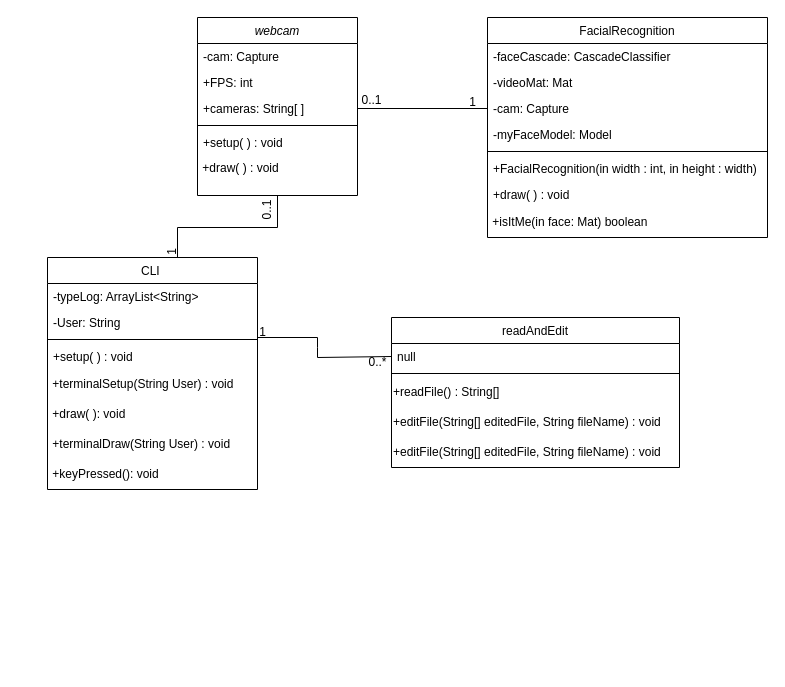
This is UML.drawio from Memin124/final_project, a draw.io file, before an edit. Source tidied: cells renumbered, new cells numbered last; positions are measured from the earlier drawing's top-left corner, leaving out a move shared by most shapes. Both pictures are drawn from the tidied source at 100%, with x=0, y=0 at pixel (47, 17).
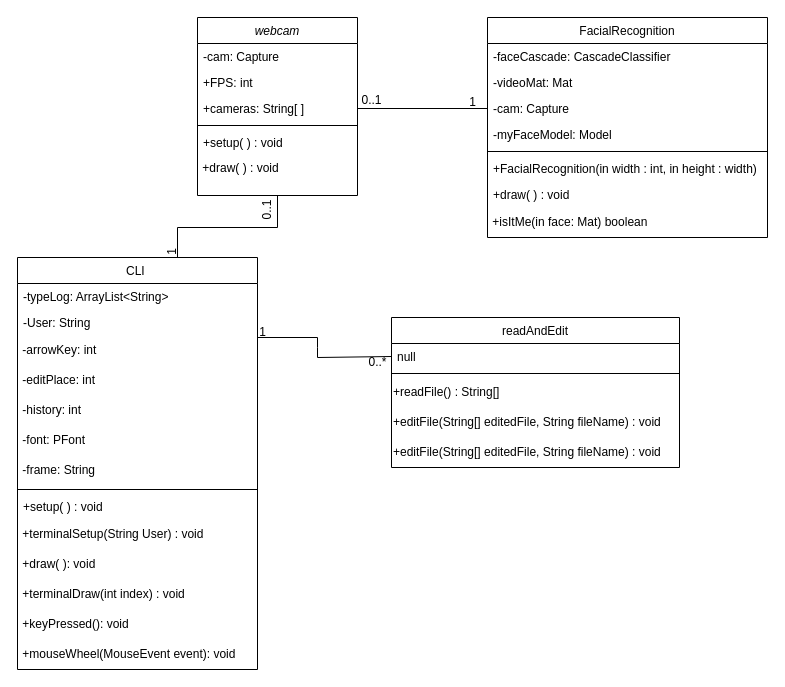
After the change.

What changed in the source:
```diff
@@
     <mxCell id="9" value="CLI " style="swimlane;fontStyle=0;align=center;verticalAlign=top;horizontal=1;startSize=26;rounded=0;shadow=0;strokeWidth=1;" parent="1" vertex="1">
-      <mxGeometry y="240" width="210" height="232" as="geometry" />
+      <mxGeometry x="-30" y="240" width="240" height="412" as="geometry" />
     </mxCell>
     <mxCell id="10" value="-typeLog: ArrayList&lt;String&gt;" style="text;align=left;verticalAlign=top;spacingLeft=4;spacingRight=4;overflow=hidden;" parent="9" vertex="1">
-      <mxGeometry y="26" width="210" height="26" as="geometry" />
+      <mxGeometry y="26" width="240" height="26" as="geometry" />
     </mxCell>
     <mxCell id="11" value="-User: String" style="text;align=left;verticalAlign=top;spacingLeft=4;spacingRight=4;overflow=hidden;rounded=0;shadow=0;html=0;" parent="9" vertex="1">
-      <mxGeometry y="52" width="210" height="26" as="geometry" />
+      <mxGeometry y="52" width="240" height="26" as="geometry" />
     </mxCell>
+    <mxCell id="42" value="&amp;nbsp;-arrowKey: int" style="text;html=1;align=left;verticalAlign=middle;strokeColor=none;fillColor=none;" parent="9" vertex="1">
+      <mxGeometry y="78" width="240" height="30" as="geometry" />
+    </mxCell>
+    <mxCell id="43" value="&amp;nbsp;-editPlace: int" style="text;html=1;align=left;verticalAlign=middle;strokeColor=none;fillColor=none;" parent="9" vertex="1">
+      <mxGeometry y="108" width="240" height="30" as="geometry" />
+    </mxCell>
+    <mxCell id="17" value="&amp;nbsp;-history: int" style="text;html=1;align=left;verticalAlign=middle;strokeColor=none;fillColor=none;" parent="9" vertex="1">
+      <mxGeometry y="138" width="240" height="30" as="geometry" />
+    </mxCell>
+    <mxCell id="44" value="&amp;nbsp;-font: PFont" style="text;html=1;align=left;verticalAlign=middle;strokeColor=none;fillColor=none;" parent="9" vertex="1">
+      <mxGeometry y="168" width="240" height="30" as="geometry" />
+    </mxCell>
+    <mxCell id="45" value="&amp;nbsp;-frame: String" style="text;html=1;align=left;verticalAlign=middle;strokeColor=none;fillColor=none;" parent="9" vertex="1">
+      <mxGeometry y="198" width="240" height="30" as="geometry" />
+    </mxCell>
     <mxCell id="12" style="line;html=1;strokeWidth=1;align=left;verticalAlign=middle;spacingTop=-1;spacingLeft=3;spacingRight=3;labelPosition=right;" parent="9" vertex="1">
-      <mxGeometry y="78" width="210" height="8" as="geometry" />
+      <mxGeometry y="228" width="240" height="8" as="geometry" />
     </mxCell>
     <mxCell id="13" value="+setup( ) : void&#10;" style="text;align=left;verticalAlign=top;spacingLeft=4;spacingRight=4;overflow=hidden;" parent="9" vertex="1">
-      <mxGeometry y="86" width="210" height="26" as="geometry" />
+      <mxGeometry y="236" width="240" height="26" as="geometry" />
     </mxCell>
     <mxCell id="14" value="&amp;nbsp;+terminalSetup(String User) : void" style="text;html=1;align=left;verticalAlign=middle;strokeColor=none;fillColor=none;" parent="9" vertex="1">
-      <mxGeometry y="112" width="210" height="30" as="geometry" />
+      <mxGeometry y="262" width="240" height="30" as="geometry" />
     </mxCell>
     <mxCell id="15" value="&amp;nbsp;+draw( ): void" style="text;html=1;align=left;verticalAlign=middle;strokeColor=none;fillColor=none;" parent="9" vertex="1">
-      <mxGeometry y="142" width="210" height="30" as="geometry" />
+      <mxGeometry y="292" width="240" height="30" as="geometry" />
     </mxCell>
-    <mxCell id="16" value="&amp;nbsp;+terminalDraw(String User) : void" style="text;html=1;align=left;verticalAlign=middle;strokeColor=none;fillColor=none;" parent="9" vertex="1">
-      <mxGeometry y="172" width="210" height="30" as="geometry" />
+    <mxCell id="16" value="&amp;nbsp;+terminalDraw(int index) : void" style="text;html=1;align=left;verticalAlign=middle;strokeColor=none;fillColor=none;" parent="9" vertex="1">
+      <mxGeometry y="322" width="240" height="30" as="geometry" />
     </mxCell>
-    <mxCell id="17" value="&amp;nbsp;+keyPressed(): void" style="text;html=1;align=left;verticalAlign=middle;strokeColor=none;fillColor=none;" parent="9" vertex="1">
-      <mxGeometry y="202" width="210" height="30" as="geometry" />
-    </mxCell>
+    <mxCell id="46" value="&amp;nbsp;+keyPressed(): void" style="text;html=1;align=left;verticalAlign=middle;strokeColor=none;fillColor=none;" parent="9" vertex="1">
+      <mxGeometry y="352" width="240" height="30" as="geometry" />
+    </mxCell>
+    <mxCell id="47" value="&amp;nbsp;+mouseWheel(MouseEvent event): void" style="text;html=1;align=left;verticalAlign=middle;strokeColor=none;fillColor=none;" parent="9" vertex="1">
+      <mxGeometry y="382" width="240" height="30" as="geometry" />
+    </mxCell>
```
